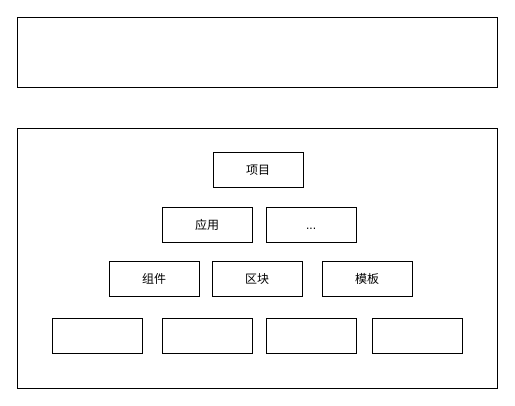
Above: 低代码——金字塔结构成果复用.drawio in tangyaosimida/love (draw.io), before the change. Source tidied: cells renumbered, new cells numbered last; positions are measured from the earlier drawing's top-left corner, leaving out a move shared by most shapes. Both pictures are drawn from the tidied source at 100%, with x=0, y=0 at pixel (17, 17).
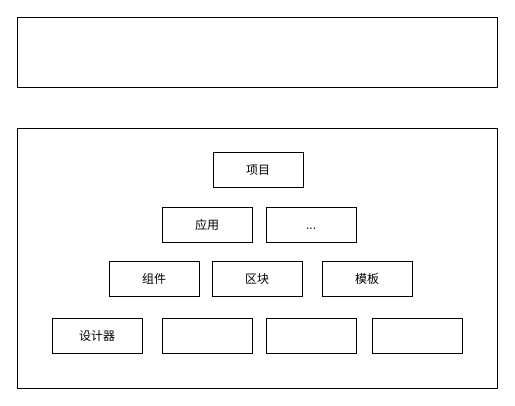
After the change.

Commit message (it also covers changes not shown here):
更新低代码——金字塔结构成果复用.drawio

Change to the diagram source:
```diff
@@
 <mxGraphModel>
   <root>
     <mxCell id="0" />
     <mxCell id="1" parent="0" />
     <mxCell id="2" style="rounded=0;whiteSpace=wrap;html=1;" parent="1" vertex="1">
       <mxGeometry width="480" height="70" as="geometry" />
     </mxCell>
     <mxCell id="3" style="rounded=0;whiteSpace=wrap;html=1;" parent="1" vertex="1">
       <mxGeometry y="111" width="480" height="260" as="geometry" />
     </mxCell>
-    <mxCell id="4" style="rounded=0;whiteSpace=wrap;html=1;" parent="1" vertex="1">
+    <mxCell id="4" value="设计器" style="rounded=0;whiteSpace=wrap;html=1;" parent="1" vertex="1">
       <mxGeometry x="35" y="301" width="90" height="35" as="geometry" />
     </mxCell>
     <mxCell id="5" style="rounded=0;whiteSpace=wrap;html=1;" parent="1" vertex="1">
       <mxGeometry x="145" y="301" width="90" height="35" as="geometry" />
     </mxCell>
     <mxCell id="6" style="rounded=0;whiteSpace=wrap;html=1;" parent="1" vertex="1">
       <mxGeometry x="249" y="301" width="90" height="35" as="geometry" />
     </mxCell>
     <mxCell id="7" style="rounded=0;whiteSpace=wrap;html=1;" parent="1" vertex="1">
       <mxGeometry x="355" y="301" width="90" height="35" as="geometry" />
     </mxCell>
     <mxCell id="8" value="组件" style="rounded=0;whiteSpace=wrap;html=1;" parent="1" vertex="1">
       <mxGeometry x="92" y="244" width="90" height="35" as="geometry" />
     </mxCell>
     <mxCell id="9" value="区块" style="rounded=0;whiteSpace=wrap;html=1;" parent="1" vertex="1">
       <mxGeometry x="195" y="244" width="90" height="35" as="geometry" />
     </mxCell>
     <mxCell id="10" value="模板" style="rounded=0;whiteSpace=wrap;html=1;" parent="1" vertex="1">
       <mxGeometry x="305" y="244" width="90" height="35" as="geometry" />
     </mxCell>
     <mxCell id="11" value="应用" style="rounded=0;whiteSpace=wrap;html=1;" parent="1" vertex="1">
       <mxGeometry x="145" y="190" width="90" height="35" as="geometry" />
     </mxCell>
     <mxCell id="12" value="..." style="rounded=0;whiteSpace=wrap;html=1;" parent="1" vertex="1">
       <mxGeometry x="249" y="190" width="90" height="35" as="geometry" />
     </mxCell>
     <mxCell id="13" value="项目" style="rounded=0;whiteSpace=wrap;html=1;" parent="1" vertex="1">
       <mxGeometry x="196" y="135" width="90" height="35" as="geometry" />
     </mxCell>
   </root>
 </mxGraphModel>
```
